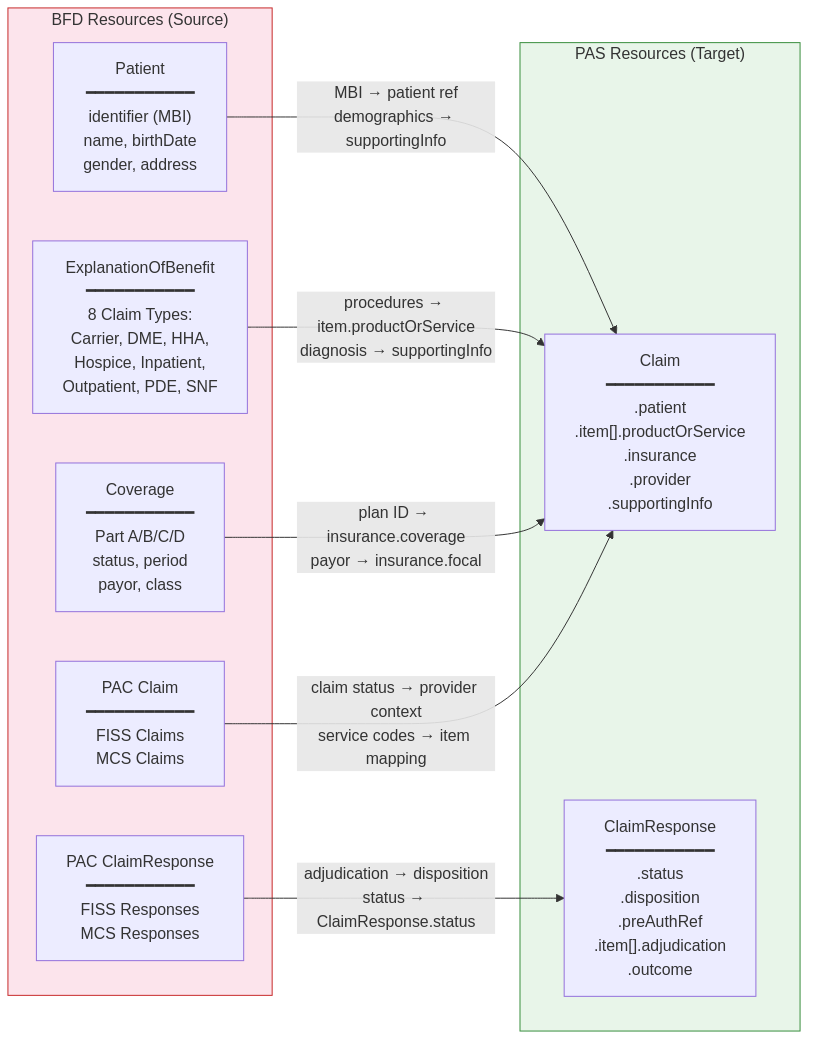
Before: docs/diagrams/04-field-mapping.png, a diagram exported from Mermaid (COG-GTM/FHIR-prior-auth). Its source is kept beside it as docs/diagrams/04-field-mapping.mmd.
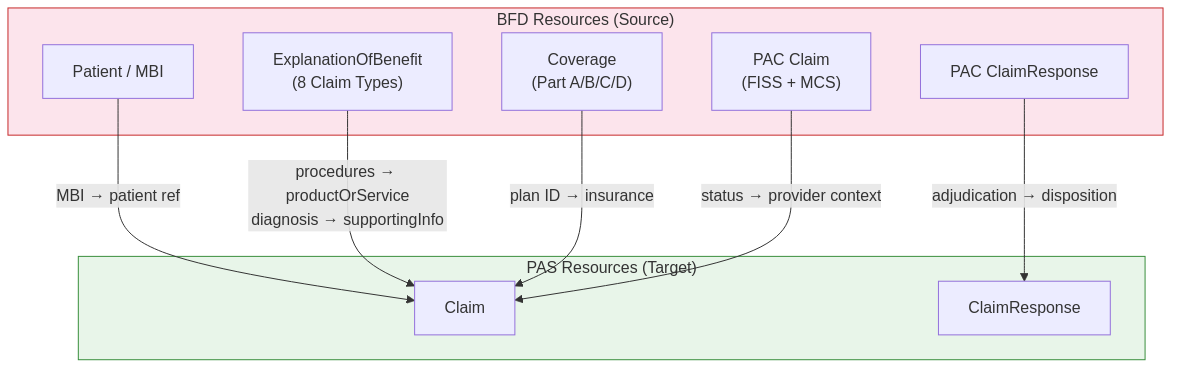
The same file after the commit.

What changed in the source:
```diff
@@ -1,22 +1,24 @@
-graph LR
-    subgraph BFD_Resources["BFD Resources (Source)"]
-        BPatient["Patient<br/>━━━━━━━━━━━<br/>identifier (MBI)<br/>name, birthDate<br/>gender, address"]
-        BEOB["ExplanationOfBenefit<br/>━━━━━━━━━━━<br/>8 Claim Types:<br/>Carrier, DME, HHA,<br/>Hospice, Inpatient,<br/>Outpatient, PDE, SNF"]
-        BCoverage["Coverage<br/>━━━━━━━━━━━<br/>Part A/B/C/D<br/>status, period<br/>payor, class"]
-        BPACClaim["PAC Claim<br/>━━━━━━━━━━━<br/>FISS Claims<br/>MCS Claims"]
-        BPACResp["PAC ClaimResponse<br/>━━━━━━━━━━━<br/>FISS Responses<br/>MCS Responses"]
+graph TB
+    subgraph BFD["BFD Resources (Source)"]
+        direction LR
+        BPatient["Patient / MBI"]
+        BEOB["ExplanationOfBenefit<br/>(8 Claim Types)"]
+        BCoverage["Coverage<br/>(Part A/B/C/D)"]
+        BPACClaim["PAC Claim<br/>(FISS + MCS)"]
+        BPACResp["PAC ClaimResponse"]
     end
 
-    subgraph PAS_Resources["PAS Resources (Target)"]
-        PClaim["Claim<br/>━━━━━━━━━━━<br/>.patient<br/>.item[].productOrService<br/>.insurance<br/>.provider<br/>.supportingInfo"]
-        PResponse["ClaimResponse<br/>━━━━━━━━━━━<br/>.status<br/>.disposition<br/>.preAuthRef<br/>.item[].adjudication<br/>.outcome"]
+    subgraph PAS["PAS Resources (Target)"]
+        direction LR
+        PClaim["Claim"]
+        PResponse["ClaimResponse"]
     end
 
-    BPatient -->|"MBI → patient ref<br/>demographics → supportingInfo"| PClaim
-    BEOB -->|"procedures → item.productOrService<br/>diagnosis → supportingInfo"| PClaim
-    BCoverage -->|"plan ID → insurance.coverage<br/>payor → insurance.focal"| PClaim
-    BPACClaim -->|"claim status → provider context<br/>service codes → item mapping"| PClaim
-    BPACResp -->|"adjudication → disposition<br/>status → ClaimResponse.status"| PResponse
+    BPatient -->|"MBI → patient ref"| PClaim
+    BEOB -->|"procedures → productOrService<br/>diagnosis → supportingInfo"| PClaim
+    BCoverage -->|"plan ID → insurance"| PClaim
+    BPACClaim -->|"status → provider context"| PClaim
+    BPACResp -->|"adjudication → disposition"| PResponse
 
-    style BFD_Resources fill:#fce4ec,stroke:#c62828
-    style PAS_Resources fill:#e8f5e9,stroke:#388e3c
+    style BFD fill:#fce4ec,stroke:#c62828
+    style PAS fill:#e8f5e9,stroke:#388e3c
```
